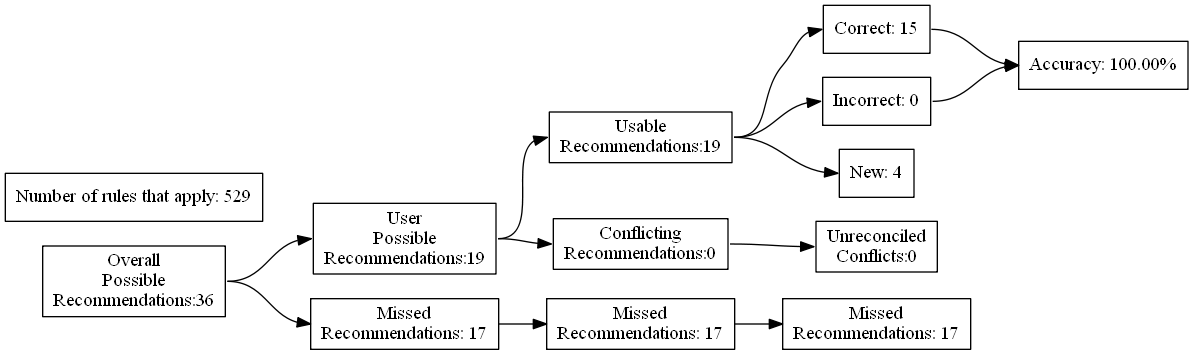
Earlier version of the Graphviz export test_renders/78.gv.png (ZaxR/ibd_diet_analysis). Its source is kept beside it as test_renders/78.gv. Source of this version:
```dot
digraph {
	graph [rankdir=LR]
	node [pos=r shape=box]
	edge [headport=w tailport=e]
		A [label="Overall
Possible
Recommendations:36"]
		B [label="User
Possible
Recommendations:19"]
		C [label="Missed
Recommendations: 17"]
		D [label="Usable
Recommendations:19"]
		E [label="Conflicting
Recommendations:0"]
		J [label="Missed
Recommendations: 17"]
		M [label="Unreconciled
Conflicts:0"]
		F [label="Correct: 15"]
		G [label="Incorrect: 0"]
		H [label="New: 4"]
		K [label="Missed
Recommendations: 17"]
		I [label="Accuracy: 100.00%"]
		l [label="Number of rules that apply: 529"]
			A -> B
			A -> C
			B -> D
			B -> E
			D -> F
			D -> G
			D -> H
			F -> I
			G -> I
			C -> J
			J -> K
			E -> M
}
```
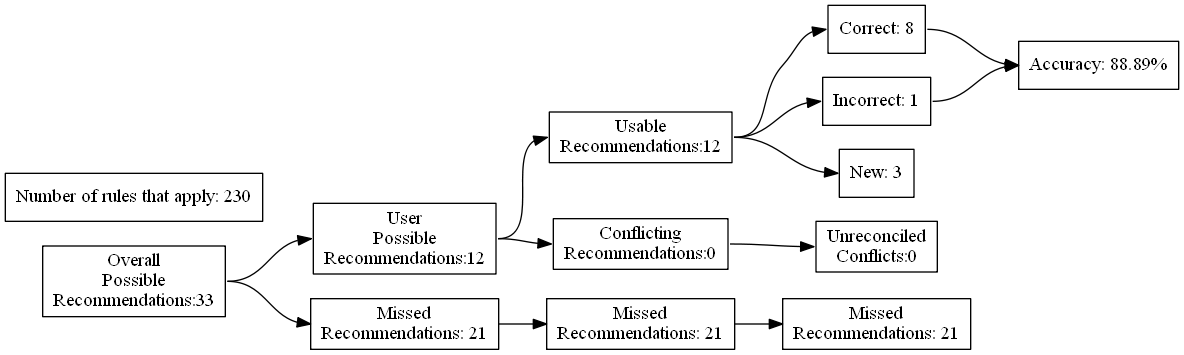
The same diagram one commit later.

Change to the diagram source:
```diff
@@ -4,27 +4,27 @@
 	edge [headport=w tailport=e]
 		A [label="Overall
 Possible
-Recommendations:36"]
+Recommendations:33"]
 		B [label="User
 Possible
-Recommendations:19"]
+Recommendations:12"]
 		C [label="Missed
-Recommendations: 17"]
+Recommendations: 21"]
 		D [label="Usable
-Recommendations:19"]
+Recommendations:12"]
 		E [label="Conflicting
 Recommendations:0"]
 		J [label="Missed
-Recommendations: 17"]
+Recommendations: 21"]
 		M [label="Unreconciled
 Conflicts:0"]
-		F [label="Correct: 15"]
-		G [label="Incorrect: 0"]
-		H [label="New: 4"]
+		F [label="Correct: 8"]
+		G [label="Incorrect: 1"]
+		H [label="New: 3"]
 		K [label="Missed
-Recommendations: 17"]
-		I [label="Accuracy: 100.00%"]
-		l [label="Number of rules that apply: 529"]
+Recommendations: 21"]
+		I [label="Accuracy: 88.89%"]
+		l [label="Number of rules that apply: 230"]
 			A -> B
 			A -> C
 			B -> D
```
